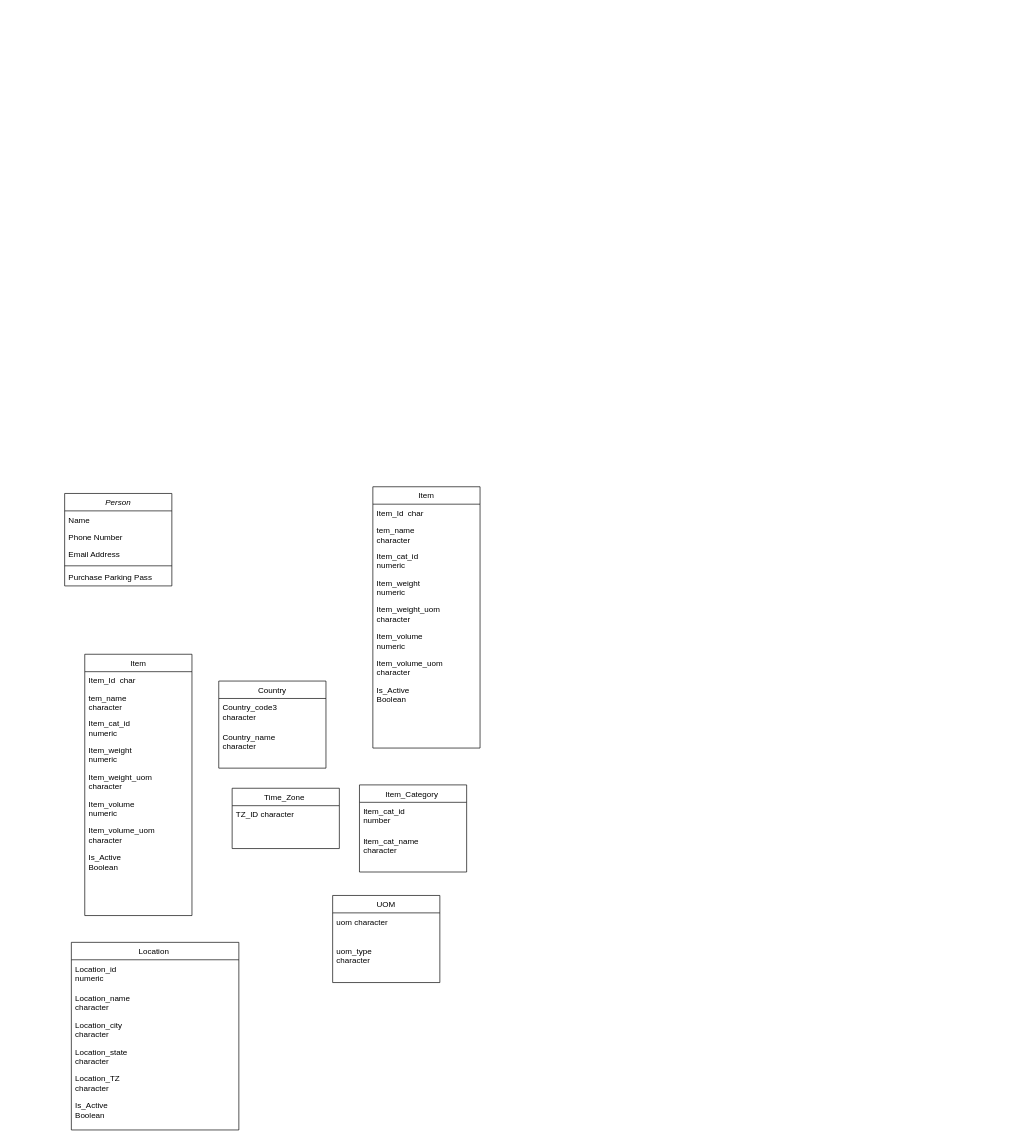
Before: Untitled Diagram.drawio in Lalit1431/TDP_SchemaDesign, a draw.io diagram. Source tidied: cells renumbered, new cells numbered last; positions are measured from the earlier drawing's top-left corner, leaving out a move shared by most shapes. Both pictures are drawn from the tidied source at 67%, with x=0, y=0 at pixel (64, 486).
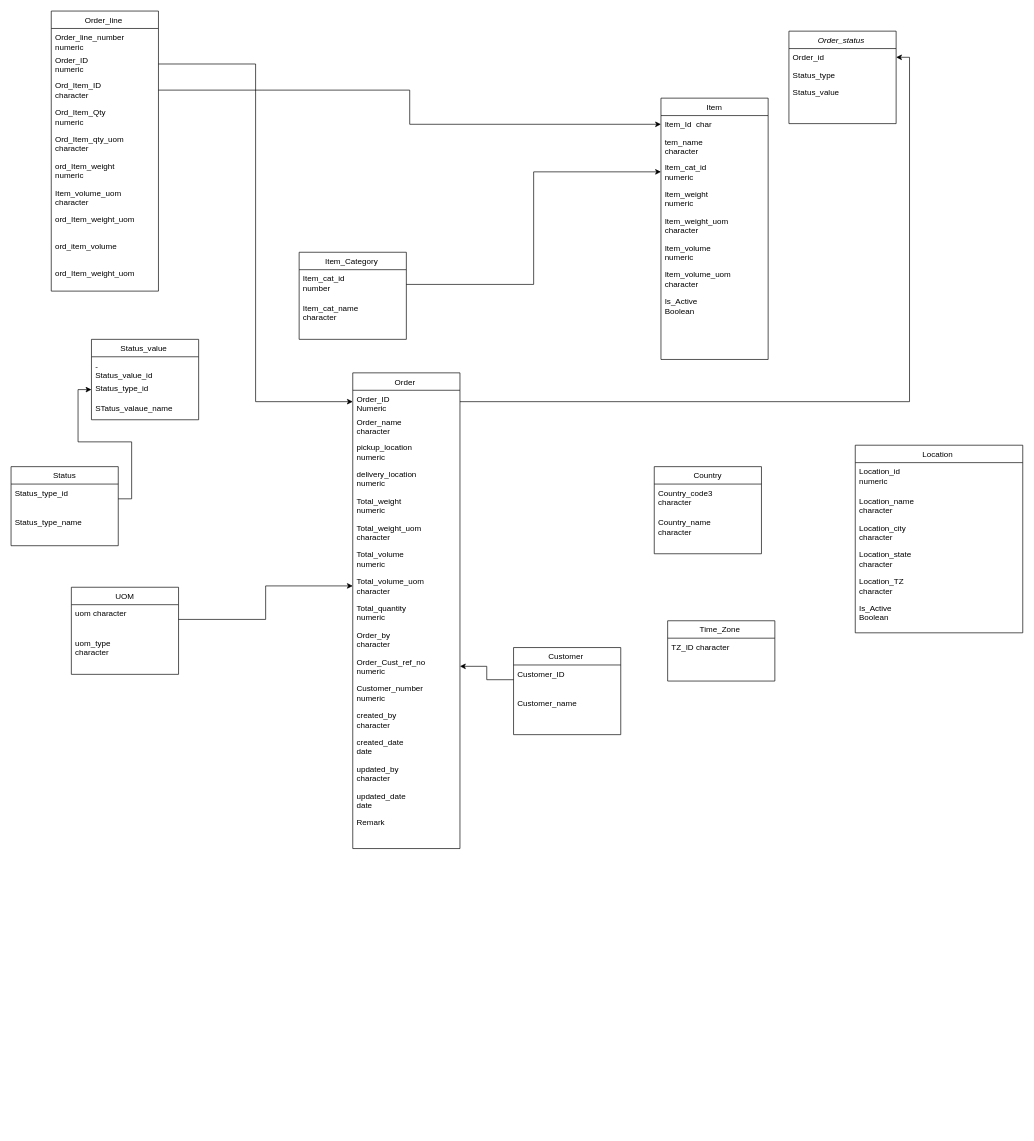
The same diagram, later.

Unchanged cells that the change refers to:
```xml
<mxCell id="16" value="Item_cat_id&#10;number" style="text;align=left;verticalAlign=top;spacingLeft=4;spacingRight=4;overflow=hidden;points=[[0,0.5],[1,0.5]];portConstraint=eastwest;" parent="15" vertex="1">
  <mxGeometry y="26" width="160" height="44" as="geometry" />
</mxCell>
<mxCell id="19" value="Item_Id  char" style="text;align=left;verticalAlign=top;spacingLeft=4;spacingRight=4;overflow=hidden;points=[[0,0.5],[1,0.5]];portConstraint=eastwest;" parent="18" vertex="1">
  <mxGeometry y="26" width="160" height="26" as="geometry" />
</mxCell>
<mxCell id="21" value="Item_cat_id&#10;numeric" style="text;align=left;verticalAlign=top;spacingLeft=4;spacingRight=4;overflow=hidden;points=[[0,0.5],[1,0.5]];portConstraint=eastwest;rounded=0;shadow=0;html=0;" parent="18" vertex="1">
  <mxGeometry y="90" width="160" height="40" as="geometry" />
</mxCell>
<mxCell id="28" value="uom character" style="text;align=left;verticalAlign=top;spacingLeft=4;spacingRight=4;overflow=hidden;points=[[0,0.5],[1,0.5]];portConstraint=eastwest;" parent="27" vertex="1">
  <mxGeometry y="26" width="160" height="44" as="geometry" />
</mxCell>
```

What changed in the source:
```diff
@@
-    <mxCell id="2" value="Person" style="swimlane;fontStyle=2;align=center;verticalAlign=top;horizontal=1;startSize=26;rounded=0;shadow=0;strokeWidth=1;" parent="1" vertex="1">
-      <mxGeometry y="10" width="160" height="138" as="geometry" />
+    <mxCell id="2" value="Order_status " style="swimlane;fontStyle=2;align=center;verticalAlign=top;horizontal=1;startSize=26;rounded=0;shadow=0;strokeWidth=1;" parent="1" vertex="1">
+      <mxGeometry x="1081" y="-680" width="160" height="138" as="geometry" />
     </mxCell>
-    <mxCell id="3" value="Name" style="text;align=left;verticalAlign=top;spacingLeft=4;spacingRight=4;overflow=hidden;points=[[0,0.5],[1,0.5]];portConstraint=eastwest;" parent="2" vertex="1">
+    <mxCell id="3" value="Order_id" style="text;align=left;verticalAlign=top;spacingLeft=4;spacingRight=4;overflow=hidden;points=[[0,0.5],[1,0.5]];portConstraint=eastwest;" parent="2" vertex="1">
       <mxGeometry y="26" width="160" height="26" as="geometry" />
     </mxCell>
-    <mxCell id="4" value="Phone Number" style="text;align=left;verticalAlign=top;spacingLeft=4;spacingRight=4;overflow=hidden;rounded=0;shadow=0;html=0;" parent="2" vertex="1">
+    <mxCell id="4" value="Status_type" style="text;align=left;verticalAlign=top;spacingLeft=4;spacingRight=4;overflow=hidden;rounded=0;shadow=0;html=0;" parent="2" vertex="1">
       <mxGeometry y="52" width="160" height="26" as="geometry" />
     </mxCell>
-    <mxCell id="5" value="Email Address" style="text;align=left;verticalAlign=top;spacingLeft=4;spacingRight=4;overflow=hidden;rounded=0;shadow=0;html=0;" parent="2" vertex="1">
+    <mxCell id="5" value="Status_value" style="text;align=left;verticalAlign=top;spacingLeft=4;spacingRight=4;overflow=hidden;rounded=0;shadow=0;html=0;" parent="2" vertex="1">
       <mxGeometry y="78" width="160" height="26" as="geometry" />
     </mxCell>
-    <mxCell id="6" style="line;html=1;strokeWidth=1;align=left;verticalAlign=middle;spacingTop=-1;spacingLeft=3;spacingRight=3;labelPosition=right;" parent="2" vertex="1">
-      <mxGeometry y="104" width="160" height="8" as="geometry" />
-    </mxCell>
-    <mxCell id="7" value="Purchase Parking Pass" style="text;align=left;verticalAlign=top;spacingLeft=4;spacingRight=4;overflow=hidden;" parent="2" vertex="1">
-      <mxGeometry y="112" width="160" height="26" as="geometry" />
-    </mxCell>
     <mxCell id="8" value="Location " style="swimlane;fontStyle=0;align=center;verticalAlign=top;horizontal=1;startSize=26;rounded=0;shadow=0;strokeWidth=1;" parent="1" vertex="1">
-      <mxGeometry x="10" y="680" width="250" height="280" as="geometry" />
+      <mxGeometry x="1180" y="-62" width="250" height="280" as="geometry" />
     </mxCell>
@@
     <mxCell id="15" value="Item_Category " style="swimlane;fontStyle=0;align=center;verticalAlign=top;horizontal=1;startSize=26;rounded=0;shadow=0;strokeWidth=1;" parent="1" vertex="1">
-      <mxGeometry x="440" y="445" width="160" height="130" as="geometry" />
+      <mxGeometry x="350" y="-350" width="160" height="130" as="geometry" />
     </mxCell>
@@
     <mxCell id="18" value="Item" style="swimlane;fontStyle=0;align=center;verticalAlign=top;horizontal=1;startSize=26;rounded=0;shadow=0;strokeWidth=1;" parent="1" vertex="1">
-      <mxGeometry x="460" width="160" height="390" as="geometry" />
+      <mxGeometry x="890" y="-580" width="160" height="390" as="geometry" />
     </mxCell>
@@
     <mxCell id="27" value="UOM" style="swimlane;fontStyle=0;align=center;verticalAlign=top;horizontal=1;startSize=26;rounded=0;shadow=0;strokeWidth=1;" parent="1" vertex="1">
-      <mxGeometry x="400" y="610" width="160" height="130" as="geometry" />
+      <mxGeometry x="10" y="150" width="160" height="130" as="geometry" />
     </mxCell>
@@
-    <mxCell id="30" value="Item" style="swimlane;fontStyle=0;align=center;verticalAlign=top;horizontal=1;startSize=26;rounded=0;shadow=0;strokeWidth=1;" parent="1" vertex="1">
-      <mxGeometry x="30" y="250" width="160" height="390" as="geometry" />
+    <mxCell id="30" value="Order " style="swimlane;fontStyle=0;align=center;verticalAlign=top;horizontal=1;startSize=26;rounded=0;shadow=0;strokeWidth=1;" parent="1" vertex="1">
+      <mxGeometry x="430" y="-170" width="160" height="710" as="geometry" />
     </mxCell>
-    <mxCell id="31" value="Item_Id  char" style="text;align=left;verticalAlign=top;spacingLeft=4;spacingRight=4;overflow=hidden;points=[[0,0.5],[1,0.5]];portConstraint=eastwest;" parent="30" vertex="1">
-      <mxGeometry y="26" width="160" height="26" as="geometry" />
+    <mxCell id="31" value="Order_ID&#10;Numeric" style="text;align=left;verticalAlign=top;spacingLeft=4;spacingRight=4;overflow=hidden;points=[[0,0.5],[1,0.5]];portConstraint=eastwest;" parent="30" vertex="1">
+      <mxGeometry y="26" width="160" height="34" as="geometry" />
     </mxCell>
-    <mxCell id="32" value="tem_name&#10;character" style="text;align=left;verticalAlign=top;spacingLeft=4;spacingRight=4;overflow=hidden;rounded=0;shadow=0;html=0;" parent="30" vertex="1">
-      <mxGeometry y="52" width="160" height="38" as="geometry" />
+    <mxCell id="32" value="Order_name&#10;character&#10;&#10;&#10;&#10;" style="text;align=left;verticalAlign=top;spacingLeft=4;spacingRight=4;overflow=hidden;rounded=0;shadow=0;html=0;" parent="30" vertex="1">
+      <mxGeometry y="60" width="160" height="38" as="geometry" />
     </mxCell>
-    <mxCell id="33" value="Item_cat_id&#10;numeric" style="text;align=left;verticalAlign=top;spacingLeft=4;spacingRight=4;overflow=hidden;rounded=0;shadow=0;html=0;" parent="30" vertex="1">
-      <mxGeometry y="90" width="160" height="40" as="geometry" />
+    <mxCell id="33" value="pickup_location&#10;numeric" style="text;align=left;verticalAlign=top;spacingLeft=4;spacingRight=4;overflow=hidden;rounded=0;shadow=0;html=0;" parent="30" vertex="1">
+      <mxGeometry y="98" width="160" height="40" as="geometry" />
     </mxCell>
-    <mxCell id="34" value="Item_weight&#10;numeric" style="text;align=left;verticalAlign=top;spacingLeft=4;spacingRight=4;overflow=hidden;rounded=0;shadow=0;html=0;" parent="30" vertex="1">
-      <mxGeometry y="130" width="160" height="40" as="geometry" />
+    <mxCell id="34" value="delivery_location&#10;numeric" style="text;align=left;verticalAlign=top;spacingLeft=4;spacingRight=4;overflow=hidden;rounded=0;shadow=0;html=0;" parent="30" vertex="1">
+      <mxGeometry y="138" width="160" height="40" as="geometry" />
     </mxCell>
-    <mxCell id="35" value="Item_weight_uom&#10;character" style="text;align=left;verticalAlign=top;spacingLeft=4;spacingRight=4;overflow=hidden;" parent="30" vertex="1">
-      <mxGeometry y="170" width="160" height="40" as="geometry" />
+    <mxCell id="35" value="Total_weight&#10;numeric" style="text;align=left;verticalAlign=top;spacingLeft=4;spacingRight=4;overflow=hidden;" parent="30" vertex="1">
+      <mxGeometry y="178" width="160" height="40" as="geometry" />
     </mxCell>
-    <mxCell id="36" value="Item_volume&#10;numeric" style="text;align=left;verticalAlign=top;spacingLeft=4;spacingRight=4;overflow=hidden;rounded=0;shadow=0;html=0;" parent="30" vertex="1">
-      <mxGeometry y="210" width="160" height="40" as="geometry" />
+    <mxCell id="36" value="Total_weight_uom&#10;character" style="text;align=left;verticalAlign=top;spacingLeft=4;spacingRight=4;overflow=hidden;rounded=0;shadow=0;html=0;" parent="30" vertex="1">
+      <mxGeometry y="218" width="160" height="40" as="geometry" />
     </mxCell>
-    <mxCell id="37" value="Item_volume_uom&#10;character" style="text;align=left;verticalAlign=top;spacingLeft=4;spacingRight=4;overflow=hidden;rounded=0;shadow=0;html=0;" parent="30" vertex="1">
-      <mxGeometry y="250" width="160" height="40" as="geometry" />
+    <mxCell id="37" value="Total_volume&#10;numeric" style="text;align=left;verticalAlign=top;spacingLeft=4;spacingRight=4;overflow=hidden;rounded=0;shadow=0;html=0;" parent="30" vertex="1">
+      <mxGeometry y="258" width="160" height="40" as="geometry" />
     </mxCell>
-    <mxCell id="38" value="Is_Active&#10;Boolean" style="text;align=left;verticalAlign=top;spacingLeft=4;spacingRight=4;overflow=hidden;points=[[0,0.5],[1,0.5]];portConstraint=eastwest;rounded=0;shadow=0;html=0;" parent="30" vertex="1">
-      <mxGeometry y="290" width="160" height="40" as="geometry" />
+    <mxCell id="38" value="Total_volume_uom&#10;character" style="text;align=left;verticalAlign=top;spacingLeft=4;spacingRight=4;overflow=hidden;points=[[0,0.5],[1,0.5]];portConstraint=eastwest;rounded=0;shadow=0;html=0;" parent="30" vertex="1">
+      <mxGeometry y="298" width="160" height="40" as="geometry" />
     </mxCell>
+    <mxCell id="44" value="Total_quantity&#10;numeric" style="text;align=left;verticalAlign=top;spacingLeft=4;spacingRight=4;overflow=hidden;rounded=0;shadow=0;html=0;" parent="30" vertex="1">
+      <mxGeometry y="338" width="160" height="40" as="geometry" />
+    </mxCell>
+    <mxCell id="45" value="Order_by&#10;character" style="text;align=left;verticalAlign=top;spacingLeft=4;spacingRight=4;overflow=hidden;rounded=0;shadow=0;html=0;" parent="30" vertex="1">
+      <mxGeometry y="378" width="160" height="40" as="geometry" />
+    </mxCell>
+    <mxCell id="46" value="Order_Cust_ref_no&#10;numeric" style="text;align=left;verticalAlign=top;spacingLeft=4;spacingRight=4;overflow=hidden;points=[[0,0.5],[1,0.5]];portConstraint=eastwest;rounded=0;shadow=0;html=0;" parent="30" vertex="1">
+      <mxGeometry y="418" width="160" height="40" as="geometry" />
+    </mxCell>
+    <mxCell id="47" value="Customer_number&#10;numeric" style="text;align=left;verticalAlign=top;spacingLeft=4;spacingRight=4;overflow=hidden;rounded=0;shadow=0;html=0;" parent="30" vertex="1">
+      <mxGeometry y="458" width="160" height="40" as="geometry" />
+    </mxCell>
+    <mxCell id="48" value="created_by&#10;character" style="text;align=left;verticalAlign=top;spacingLeft=4;spacingRight=4;overflow=hidden;rounded=0;shadow=0;html=0;" parent="30" vertex="1">
+      <mxGeometry y="498" width="160" height="40" as="geometry" />
+    </mxCell>
+    <mxCell id="49" value="created_date&#10;date" style="text;align=left;verticalAlign=top;spacingLeft=4;spacingRight=4;overflow=hidden;rounded=0;shadow=0;html=0;" parent="30" vertex="1">
+      <mxGeometry y="538" width="160" height="40" as="geometry" />
+    </mxCell>
+    <mxCell id="50" value="updated_by&#10;character" style="text;align=left;verticalAlign=top;spacingLeft=4;spacingRight=4;overflow=hidden;rounded=0;shadow=0;html=0;" parent="30" vertex="1">
+      <mxGeometry y="578" width="160" height="40" as="geometry" />
+    </mxCell>
+    <mxCell id="51" value="updated_date&#10;date" style="text;align=left;verticalAlign=top;spacingLeft=4;spacingRight=4;overflow=hidden;rounded=0;shadow=0;html=0;" parent="30" vertex="1">
+      <mxGeometry y="618" width="160" height="40" as="geometry" />
+    </mxCell>
+    <mxCell id="52" value="Remark&#10;&#10;&#10;&#10;" style="text;align=left;verticalAlign=top;spacingLeft=4;spacingRight=4;overflow=hidden;rounded=0;shadow=0;html=0;" parent="30" vertex="1">
+      <mxGeometry y="658" width="160" height="40" as="geometry" />
+    </mxCell>
     <mxCell id="39" value="Country" style="swimlane;fontStyle=0;align=center;verticalAlign=top;horizontal=1;startSize=26;rounded=0;shadow=0;strokeWidth=1;" parent="1" vertex="1">
-      <mxGeometry x="230" y="290" width="160" height="130" as="geometry" />
+      <mxGeometry x="880" y="-30" width="160" height="130" as="geometry" />
     </mxCell>
@@
     <mxCell id="42" value="Time_Zone " style="swimlane;fontStyle=0;align=center;verticalAlign=top;horizontal=1;startSize=26;rounded=0;shadow=0;strokeWidth=1;" parent="1" vertex="1">
-      <mxGeometry x="250" y="450" width="160" height="90" as="geometry" />
+      <mxGeometry x="900" y="200" width="160" height="90" as="geometry" />
     </mxCell>
@@
+    <mxCell id="53" value="Order_line " style="swimlane;fontStyle=0;align=center;verticalAlign=top;horizontal=1;startSize=26;rounded=0;shadow=0;strokeWidth=1;" parent="1" vertex="1">
+      <mxGeometry x="-20" y="-710" width="160" height="418" as="geometry" />
+    </mxCell>
+    <mxCell id="54" value="Order_line_number&#10;numeric" style="text;align=left;verticalAlign=top;spacingLeft=4;spacingRight=4;overflow=hidden;" parent="53" vertex="1">
+      <mxGeometry y="26" width="160" height="34" as="geometry" />
+    </mxCell>
+    <mxCell id="55" value="Order_ID&#10;numeric" style="text;align=left;verticalAlign=top;spacingLeft=4;spacingRight=4;overflow=hidden;points=[[0,0.5],[1,0.5]];portConstraint=eastwest;rounded=0;shadow=0;html=0;" parent="53" vertex="1">
+      <mxGeometry y="60" width="160" height="38" as="geometry" />
+    </mxCell>
+    <mxCell id="56" value="Ord_Item_ID&#10;character" style="text;align=left;verticalAlign=top;spacingLeft=4;spacingRight=4;overflow=hidden;points=[[0,0.5],[1,0.5]];portConstraint=eastwest;rounded=0;shadow=0;html=0;" parent="53" vertex="1">
+      <mxGeometry y="98" width="160" height="40" as="geometry" />
+    </mxCell>
+    <mxCell id="57" value="Ord_Item_Qty&#10;numeric" style="text;align=left;verticalAlign=top;spacingLeft=4;spacingRight=4;overflow=hidden;rounded=0;shadow=0;html=0;" parent="53" vertex="1">
+      <mxGeometry y="138" width="160" height="40" as="geometry" />
+    </mxCell>
+    <mxCell id="58" value="Ord_Item_qty_uom&#10;character" style="text;align=left;verticalAlign=top;spacingLeft=4;spacingRight=4;overflow=hidden;" parent="53" vertex="1">
+      <mxGeometry y="178" width="160" height="40" as="geometry" />
+    </mxCell>
+    <mxCell id="59" value="ord_Item_weight&#10;numeric" style="text;align=left;verticalAlign=top;spacingLeft=4;spacingRight=4;overflow=hidden;rounded=0;shadow=0;html=0;" parent="53" vertex="1">
+      <mxGeometry y="218" width="160" height="40" as="geometry" />
+    </mxCell>
+    <mxCell id="60" value="Item_volume_uom&#10;character" style="text;align=left;verticalAlign=top;spacingLeft=4;spacingRight=4;overflow=hidden;rounded=0;shadow=0;html=0;" parent="53" vertex="1">
+      <mxGeometry y="258" width="160" height="40" as="geometry" />
+    </mxCell>
+    <mxCell id="61" value="ord_Item_weight_uom" style="text;align=left;verticalAlign=top;spacingLeft=4;spacingRight=4;overflow=hidden;rounded=0;shadow=0;html=0;" parent="53" vertex="1">
+      <mxGeometry y="298" width="160" height="40" as="geometry" />
+    </mxCell>
+    <mxCell id="62" value="ord_item_volume" style="text;align=left;verticalAlign=top;spacingLeft=4;spacingRight=4;overflow=hidden;rounded=0;shadow=0;html=0;" parent="53" vertex="1">
+      <mxGeometry y="338" width="160" height="40" as="geometry" />
+    </mxCell>
+    <mxCell id="63" value="ord_Item_weight_uom" style="text;align=left;verticalAlign=top;spacingLeft=4;spacingRight=4;overflow=hidden;rounded=0;shadow=0;html=0;" parent="53" vertex="1">
+      <mxGeometry y="378" width="160" height="40" as="geometry" />
+    </mxCell>
+    <mxCell id="64" value="Customer " style="swimlane;fontStyle=0;align=center;verticalAlign=top;horizontal=1;startSize=26;rounded=0;shadow=0;strokeWidth=1;" parent="1" vertex="1">
+      <mxGeometry x="670" y="240" width="160" height="130" as="geometry" />
+    </mxCell>
+    <mxCell id="65" value="Customer_ID" style="text;align=left;verticalAlign=top;spacingLeft=4;spacingRight=4;overflow=hidden;points=[[0,0.5],[1,0.5]];portConstraint=eastwest;" parent="64" vertex="1">
+      <mxGeometry y="26" width="160" height="44" as="geometry" />
+    </mxCell>
+    <mxCell id="66" value="Customer_name" style="text;align=left;verticalAlign=top;spacingLeft=4;spacingRight=4;overflow=hidden;" parent="64" vertex="1">
+      <mxGeometry y="70" width="160" height="48" as="geometry" />
+    </mxCell>
+    <mxCell id="67" value="Status_value " style="swimlane;fontStyle=0;align=center;verticalAlign=top;horizontal=1;startSize=26;rounded=0;shadow=0;strokeWidth=1;" parent="1" vertex="1">
+      <mxGeometry x="40" y="-220" width="160" height="120" as="geometry" />
+    </mxCell>
+    <mxCell id="68" value="-&#10;Status_value_id" style="text;align=left;verticalAlign=top;spacingLeft=4;spacingRight=4;overflow=hidden;" parent="67" vertex="1">
+      <mxGeometry y="26" width="160" height="34" as="geometry" />
+    </mxCell>
+    <mxCell id="69" value="Status_type_id" style="text;align=left;verticalAlign=top;spacingLeft=4;spacingRight=4;overflow=hidden;points=[[0,0.5],[1,0.5]];portConstraint=eastwest;" parent="67" vertex="1">
+      <mxGeometry y="60" width="160" height="30" as="geometry" />
+    </mxCell>
+    <mxCell id="70" value="STatus_valaue_name" style="text;align=left;verticalAlign=top;spacingLeft=4;spacingRight=4;overflow=hidden;" parent="67" vertex="1">
+      <mxGeometry y="90" width="160" height="30" as="geometry" />
+    </mxCell>
+    <mxCell id="71" value="Status" style="swimlane;fontStyle=0;align=center;verticalAlign=top;horizontal=1;startSize=26;rounded=0;shadow=0;strokeWidth=1;" parent="1" vertex="1">
+      <mxGeometry x="-80" y="-30" width="160" height="118" as="geometry" />
+    </mxCell>
+    <mxCell id="72" value="Status_type_id&#10;&#10;&#10;&#10;" style="text;align=left;verticalAlign=top;spacingLeft=4;spacingRight=4;overflow=hidden;points=[[0,0.5],[1,0.5]];portConstraint=eastwest;" parent="71" vertex="1">
+      <mxGeometry y="26" width="160" height="44" as="geometry" />
+    </mxCell>
+    <mxCell id="73" value="Status_type_name&#10;&#10;" style="text;align=left;verticalAlign=top;spacingLeft=4;spacingRight=4;overflow=hidden;" parent="71" vertex="1">
+      <mxGeometry y="70" width="160" height="48" as="geometry" />
+    </mxCell>
+    <mxCell id="74" style="edgeStyle=orthogonalEdgeStyle;rounded=0;jettySize=auto;html=1;exitX=1;exitY=0.5;exitDx=0;exitDy=0;entryX=0;entryY=0.5;entryDx=0;entryDy=0;" parent="1" edge="1" source="72" target="69">
+      <mxGeometry relative="1" as="geometry" />
+    </mxCell>
+    <mxCell id="75" style="edgeStyle=orthogonalEdgeStyle;rounded=0;jettySize=auto;html=1;exitX=1;exitY=0.5;exitDx=0;exitDy=0;" parent="1" edge="1" source="55" target="31">
+      <mxGeometry relative="1" as="geometry" />
+    </mxCell>
+    <mxCell id="76" style="edgeStyle=orthogonalEdgeStyle;rounded=0;jettySize=auto;html=1;exitX=1;exitY=0.5;exitDx=0;exitDy=0;" parent="1" edge="1" source="56" target="19">
+      <mxGeometry relative="1" as="geometry" />
+    </mxCell>
+    <mxCell id="77" style="edgeStyle=orthogonalEdgeStyle;rounded=0;jettySize=auto;html=1;entryX=1;entryY=0.5;entryDx=0;entryDy=0;" parent="1" edge="1" source="31" target="3">
+      <mxGeometry relative="1" as="geometry" />
+    </mxCell>
+    <mxCell id="78" style="edgeStyle=orthogonalEdgeStyle;rounded=0;jettySize=auto;html=1;exitX=1;exitY=0.5;exitDx=0;exitDy=0;" parent="1" edge="1" source="16" target="21">
+      <mxGeometry relative="1" as="geometry" />
+    </mxCell>
+    <mxCell id="79" style="edgeStyle=orthogonalEdgeStyle;rounded=0;jettySize=auto;html=1;exitX=1;exitY=0.5;exitDx=0;exitDy=0;" parent="1" edge="1" source="28" target="38">
+      <mxGeometry relative="1" as="geometry" />
+    </mxCell>
+    <mxCell id="80" style="edgeStyle=orthogonalEdgeStyle;rounded=0;jettySize=auto;html=1;exitX=0;exitY=0.5;exitDx=0;exitDy=0;" parent="1" edge="1" source="65" target="46">
+      <mxGeometry relative="1" as="geometry" />
+    </mxCell>
```
